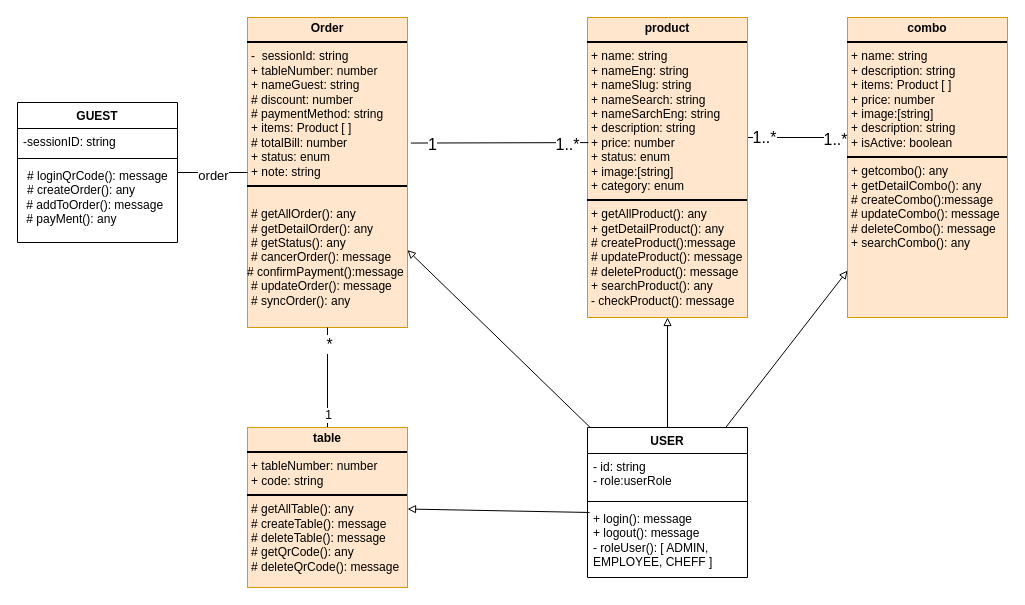
Before: page "biểu đồ lớp" (3 of 3) of đề tài order bằng QR code của khách sạn balcona.drawio in phanvanhieu1/QRcode, a draw.io diagram. Source tidied: cells renumbered, new cells numbered last; positions are measured from the earlier drawing's top-left corner, leaving out a move shared by most shapes. Both pictures are drawn from the tidied source at 100%, with x=0, y=0 at pixel (17, 17).
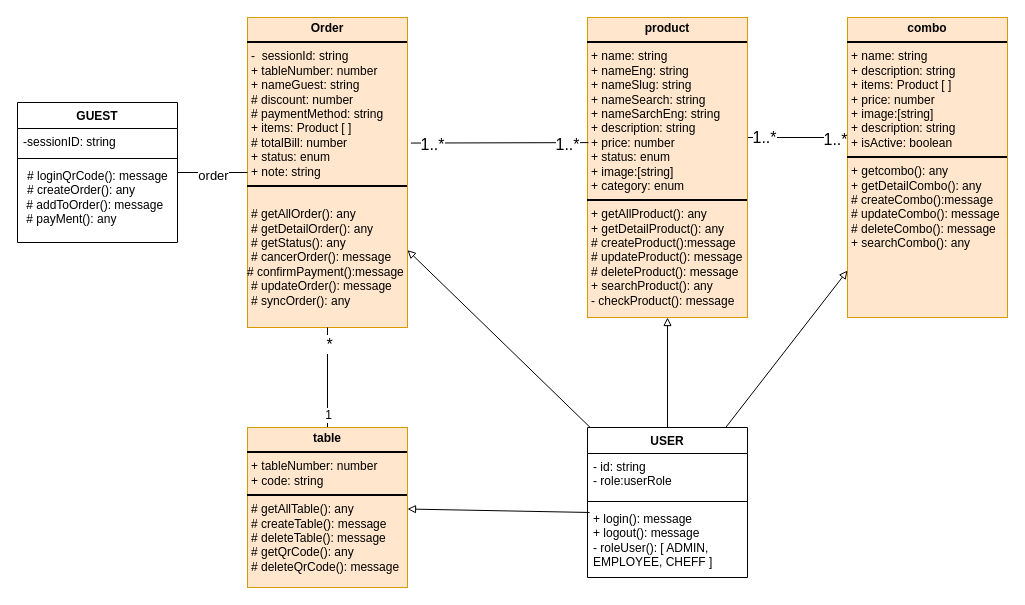
The same diagram, later.

Commit message:
Cập nhật đề tài order bằng QR code của khách sạn balcona.drawio

The change refers to these unchanged cells:
```xml
<mxCell id="11" style="rounded=0;jettySize=auto;html=1;entryX=0.006;entryY=0.417;entryDx=0;entryDy=0;entryPerimeter=0;endArrow=none;endFill=0;exitX=1.021;exitY=0.405;exitDx=0;exitDy=0;exitPerimeter=0;fontSize=12;" parent="1" edge="1" source="2" target="6">
  <mxGeometry relative="1" as="geometry" />
</mxCell>
```

What changed in the source:
```diff
@@
-    <mxCell id="12" value="1" style="edgeLabel;html=1;align=center;verticalAlign=middle;fontSize=16;" parent="11" vertex="1">
+    <mxCell id="12" value="1..*" style="edgeLabel;html=1;align=center;verticalAlign=middle;fontSize=16;" parent="11" vertex="1">
       <mxGeometry x="-0.76" y="-1" relative="1" as="geometry" />
     </mxCell>
```
